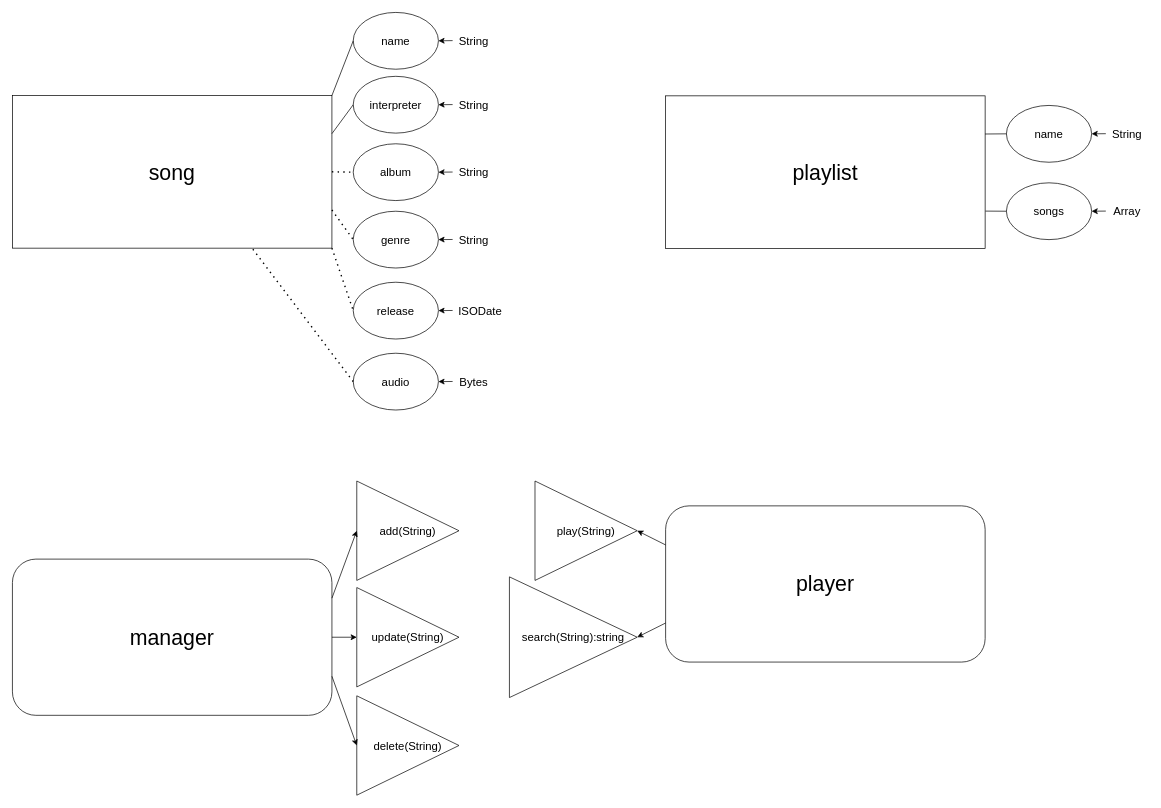
This is m165-jukebox.drawio from jzelAdmin2006/m165-jukebox, a draw.io file, before an edit. Source tidied: cells renumbered, new cells numbered last; positions are measured from the earlier drawing's top-left corner, leaving out a move shared by most shapes. Both pictures are drawn from the tidied source at 71%, with x=0, y=0 at pixel (12, 12).
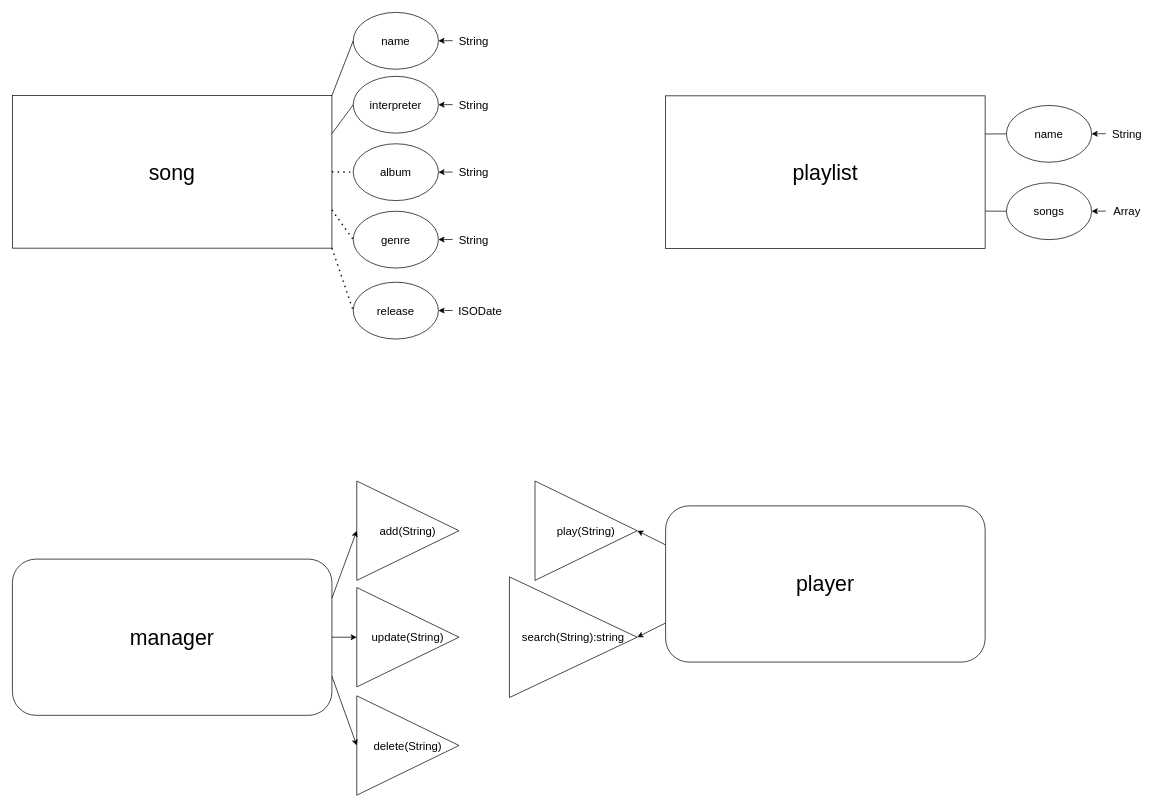
The same diagram, later.

Unchanged cells that the change refers to:
```xml
<mxCell id="2" value="&lt;font style=&quot;font-size: 30px;&quot;&gt;song&lt;/font&gt;" style="rounded=0;whiteSpace=wrap;html=1;" parent="1" vertex="1">
  <mxGeometry y="117" width="450" height="215" as="geometry" />
</mxCell>
```

The edit, as a diff of the source:
```diff
@@
-    <mxCell id="37" value="audio" style="ellipse;whiteSpace=wrap;html=1;fontSize=16;" parent="1" vertex="1">
-      <mxGeometry x="480" y="480" width="120" height="80" as="geometry" />
-    </mxCell>
@@
-    <mxCell id="39" style="endArrow=none;dashed=1;html=1;dashPattern=1 3;strokeWidth=2;rounded=0;exitX=0;exitY=0.5;exitDx=0;exitDy=0;entryX=0.75;entryY=1;entryDx=0;entryDy=0;" parent="1" edge="1" source="37" target="2">
-      <mxGeometry relative="1" as="geometry" />
-    </mxCell>
@@
-    <mxCell id="41" style="endArrow=classic;html=1;rounded=0;fontSize=16;entryX=1;entryY=0.5;entryDx=0;entryDy=0;" parent="1" edge="1" target="37">
-      <mxGeometry relative="1" as="geometry">
-        <mxPoint x="620" y="519.8" as="sourcePoint" />
-      </mxGeometry>
-    </mxCell>
@@
-    <mxCell id="43" value="Bytes" style="text;html=1;strokeColor=none;fillColor=none;align=center;verticalAlign=middle;whiteSpace=wrap;rounded=0;fontSize=16;" parent="1" vertex="1">
-      <mxGeometry x="620" y="505" width="60" height="30" as="geometry" />
-    </mxCell>
```
